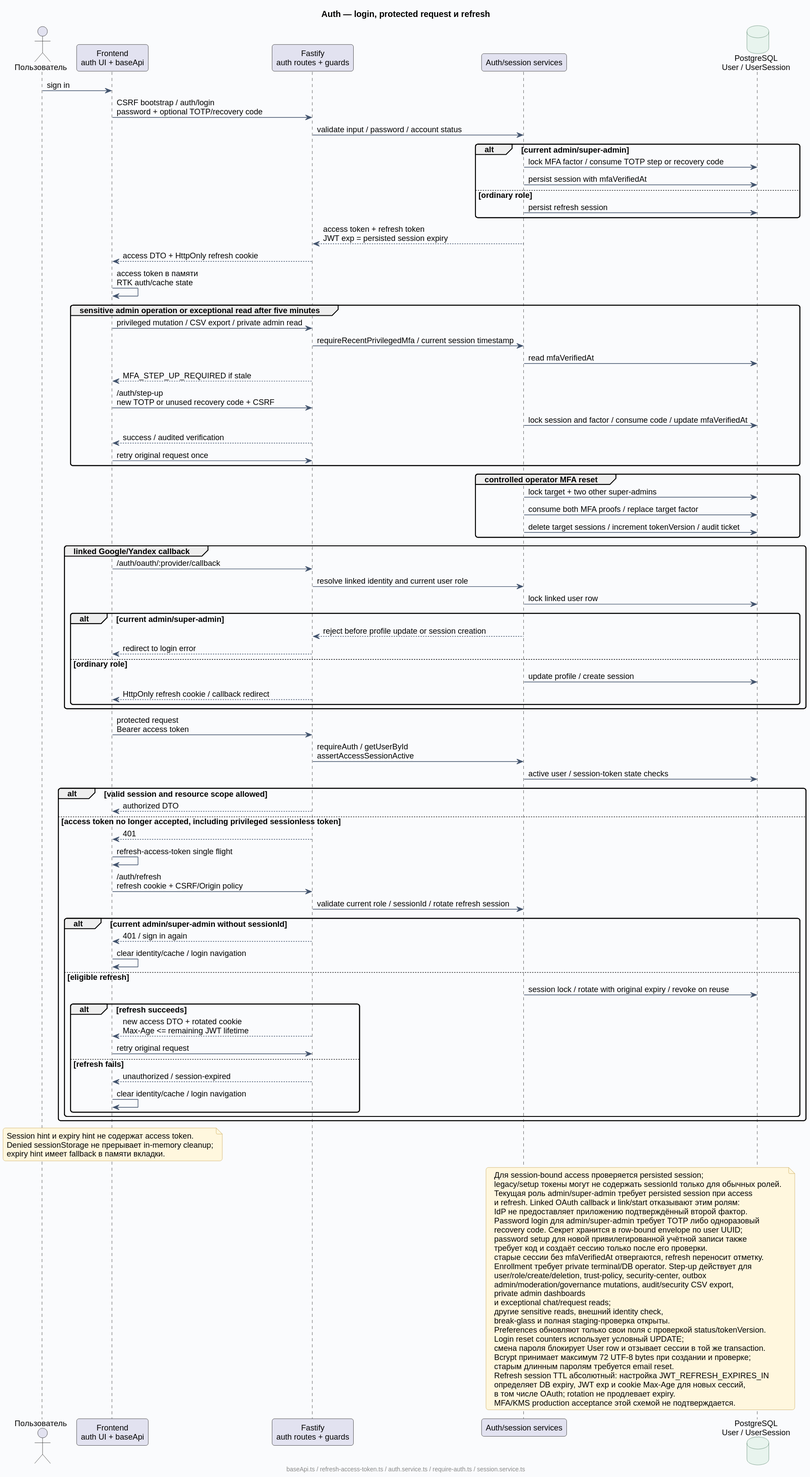
Earlier version of the PlantUML export docs/diagrams/rendered/07-auth-session.svg (Dima163163/auto-care-hub).
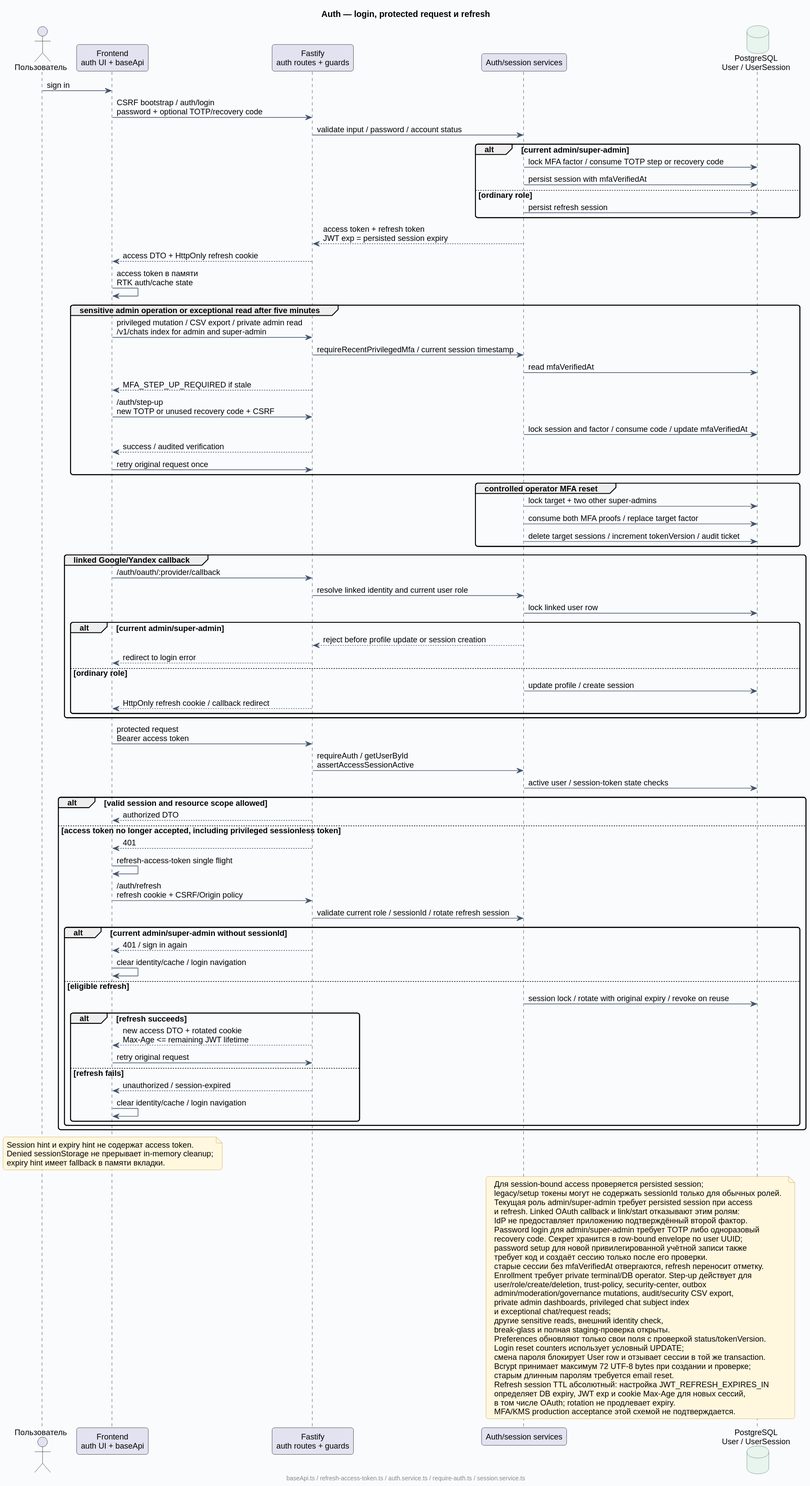
After the commit.

Commit message:
security: require MFA for privileged chat index (U03)

Diff of the diagram source:
```diff
@@ -19,7 +19,7 @@
 API --> Front : access DTO + HttpOnly refresh cookie
 Front -> Front : access token в памяти\nRTK auth/cache state
 group sensitive admin operation or exceptional read after five minutes
-  Front -> API : privileged mutation / CSV export / private admin read
+  Front -> API : privileged mutation / CSV export / private admin read\n/v1/chats index for admin and super-admin
   API -> Auth : requireRecentPrivilegedMfa / current session timestamp
   Auth -> PG : read mfaVerifiedAt
   API --> Front : MFA_STEP_UP_REQUIRED if stale
@@ -88,7 +88,7 @@
   Enrollment требует private terminal/DB operator. Step-up действует для
   user/role/create/deletion, trust-policy, security-center, outbox
   admin/moderation/governance mutations, audit/security CSV export,
-  private admin dashboards
+  private admin dashboards, privileged chat subject index
   и exceptional chat/request reads;
   другие sensitive reads, внешний identity check,
   break-glass и полная staging-проверка открыты.
```
